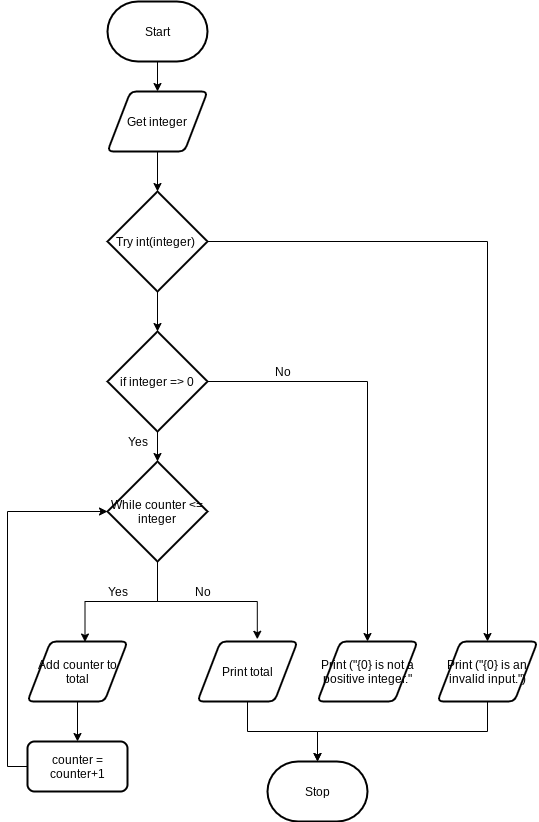
This is flowchart.png from Ethan-Gravelle/ICS3U-Unit4-02-Python-Do-While-Loop, a draw.io export, as it was before one commit. Source tidied: cells renumbered, new cells last; positions are measured from the earlier drawing's top-left corner, leaving out a move shared by most shapes. The source it was exported from:
```xml
<mxGraphModel>
  <root>
    <mxCell id="0" />
    <mxCell id="1" parent="0" />
    <mxCell id="2" style="edgeStyle=orthogonalEdgeStyle;rounded=0;jettySize=auto;html=1;exitX=0.5;exitY=1;exitDx=0;exitDy=0;exitPerimeter=0;entryX=0.5;entryY=0;entryDx=0;entryDy=0;" parent="1" edge="1" source="3" target="5">
      <mxGeometry relative="1" as="geometry" />
    </mxCell>
    <mxCell id="3" value="Start" style="strokeWidth=2;html=1;shape=mxgraph.flowchart.terminator;whiteSpace=wrap;" parent="1" vertex="1">
      <mxGeometry x="80" width="100" height="60" as="geometry" />
    </mxCell>
    <mxCell id="4" style="edgeStyle=orthogonalEdgeStyle;rounded=0;jettySize=auto;html=1;exitX=0.5;exitY=1;exitDx=0;exitDy=0;entryX=0.5;entryY=0;entryDx=0;entryDy=0;entryPerimeter=0;" parent="1" edge="1" source="5" target="8">
      <mxGeometry relative="1" as="geometry" />
    </mxCell>
    <mxCell id="5" value="Get integer" style="shape=parallelogram;html=1;strokeWidth=2;perimeter=parallelogramPerimeter;whiteSpace=wrap;rounded=1;arcSize=12;size=0.23;" parent="1" vertex="1">
      <mxGeometry x="80" y="90" width="100" height="60" as="geometry" />
    </mxCell>
    <mxCell id="6" style="edgeStyle=orthogonalEdgeStyle;rounded=0;jettySize=auto;html=1;exitX=1;exitY=0.5;exitDx=0;exitDy=0;exitPerimeter=0;" parent="1" edge="1" source="8" target="10">
      <mxGeometry relative="1" as="geometry" />
    </mxCell>
    <mxCell id="7" style="edgeStyle=orthogonalEdgeStyle;rounded=0;jettySize=auto;html=1;exitX=0.5;exitY=1;exitDx=0;exitDy=0;exitPerimeter=0;entryX=0.5;entryY=0;entryDx=0;entryDy=0;entryPerimeter=0;" parent="1" edge="1" source="8" target="24">
      <mxGeometry relative="1" as="geometry" />
    </mxCell>
    <mxCell id="8" value="Try int(integer)&amp;nbsp;" style="strokeWidth=2;html=1;shape=mxgraph.flowchart.decision;whiteSpace=wrap;" parent="1" vertex="1">
      <mxGeometry x="80" y="190" width="100" height="100" as="geometry" />
    </mxCell>
    <mxCell id="9" style="edgeStyle=orthogonalEdgeStyle;rounded=0;jettySize=auto;html=1;exitX=0.5;exitY=1;exitDx=0;exitDy=0;entryX=0.5;entryY=0;entryDx=0;entryDy=0;entryPerimeter=0;" parent="1" edge="1" source="10" target="21">
      <mxGeometry relative="1" as="geometry" />
    </mxCell>
    <mxCell id="10" value="Print (&quot;{0} is an invalid input.&quot;)" style="shape=parallelogram;html=1;strokeWidth=2;perimeter=parallelogramPerimeter;whiteSpace=wrap;rounded=1;arcSize=12;size=0.23;" parent="1" vertex="1">
      <mxGeometry x="410" y="640" width="100" height="60" as="geometry" />
    </mxCell>
    <mxCell id="11" style="edgeStyle=orthogonalEdgeStyle;rounded=0;jettySize=auto;html=1;exitX=0.5;exitY=1;exitDx=0;exitDy=0;exitPerimeter=0;entryX=0.575;entryY=0.009;entryDx=0;entryDy=0;entryPerimeter=0;" parent="1" edge="1" source="13" target="15">
      <mxGeometry relative="1" as="geometry" />
    </mxCell>
    <mxCell id="12" style="edgeStyle=orthogonalEdgeStyle;rounded=0;jettySize=auto;html=1;exitX=0.5;exitY=1;exitDx=0;exitDy=0;exitPerimeter=0;entryX=0.598;entryY=-0.037;entryDx=0;entryDy=0;entryPerimeter=0;" parent="1" edge="1" source="13" target="20">
      <mxGeometry relative="1" as="geometry" />
    </mxCell>
    <mxCell id="13" value="While counter &amp;lt;= integer" style="strokeWidth=2;html=1;shape=mxgraph.flowchart.decision;whiteSpace=wrap;" parent="1" vertex="1">
      <mxGeometry x="80" y="460" width="100" height="100" as="geometry" />
    </mxCell>
    <mxCell id="14" style="edgeStyle=orthogonalEdgeStyle;rounded=0;jettySize=auto;html=1;exitX=0.5;exitY=1;exitDx=0;exitDy=0;entryX=0.5;entryY=0;entryDx=0;entryDy=0;" parent="1" edge="1" source="15" target="17">
      <mxGeometry relative="1" as="geometry" />
    </mxCell>
    <mxCell id="15" value="Add counter to total" style="shape=parallelogram;html=1;strokeWidth=2;perimeter=parallelogramPerimeter;whiteSpace=wrap;rounded=1;arcSize=12;size=0.23;" parent="1" vertex="1">
      <mxGeometry y="640" width="100" height="60" as="geometry" />
    </mxCell>
    <mxCell id="16" style="edgeStyle=orthogonalEdgeStyle;rounded=0;jettySize=auto;html=1;exitX=0;exitY=0.5;exitDx=0;exitDy=0;entryX=0;entryY=0.5;entryDx=0;entryDy=0;entryPerimeter=0;" parent="1" edge="1" source="17" target="13">
      <mxGeometry relative="1" as="geometry" />
    </mxCell>
    <mxCell id="17" value="counter = counter+1" style="rounded=1;whiteSpace=wrap;html=1;absoluteArcSize=1;arcSize=14;strokeWidth=2;" parent="1" vertex="1">
      <mxGeometry y="740" width="100" height="50" as="geometry" />
    </mxCell>
    <mxCell id="18" value="Yes" style="text;html=1;align=center;verticalAlign=middle;strokeColor=none;" parent="1" vertex="1">
      <mxGeometry x="70" y="580" width="40" height="20" as="geometry" />
    </mxCell>
    <mxCell id="19" style="edgeStyle=orthogonalEdgeStyle;rounded=0;jettySize=auto;html=1;exitX=0.5;exitY=1;exitDx=0;exitDy=0;" parent="1" edge="1" source="20" target="21">
      <mxGeometry relative="1" as="geometry" />
    </mxCell>
    <mxCell id="20" value="Print total" style="shape=parallelogram;html=1;strokeWidth=2;perimeter=parallelogramPerimeter;whiteSpace=wrap;rounded=1;arcSize=12;size=0.23;" parent="1" vertex="1">
      <mxGeometry x="170" y="640" width="100" height="60" as="geometry" />
    </mxCell>
    <mxCell id="21" value="Stop" style="strokeWidth=2;html=1;shape=mxgraph.flowchart.terminator;whiteSpace=wrap;" parent="1" vertex="1">
      <mxGeometry x="240" y="760" width="100" height="60" as="geometry" />
    </mxCell>
    <mxCell id="22" style="edgeStyle=orthogonalEdgeStyle;rounded=0;jettySize=auto;html=1;exitX=0.5;exitY=1;exitDx=0;exitDy=0;exitPerimeter=0;entryX=0.5;entryY=0;entryDx=0;entryDy=0;entryPerimeter=0;" parent="1" edge="1" source="24" target="13">
      <mxGeometry relative="1" as="geometry" />
    </mxCell>
    <mxCell id="23" style="edgeStyle=orthogonalEdgeStyle;rounded=0;jettySize=auto;html=1;exitX=1;exitY=0.5;exitDx=0;exitDy=0;exitPerimeter=0;" parent="1" edge="1" source="24" target="26">
      <mxGeometry relative="1" as="geometry" />
    </mxCell>
    <mxCell id="24" value="if integer =&amp;gt; 0" style="strokeWidth=2;html=1;shape=mxgraph.flowchart.decision;whiteSpace=wrap;" parent="1" vertex="1">
      <mxGeometry x="80" y="330" width="100" height="100" as="geometry" />
    </mxCell>
    <mxCell id="25" value="No" style="text;html=1;align=center;verticalAlign=middle;strokeColor=none;" parent="1" vertex="1">
      <mxGeometry x="160" y="580" width="30" height="20" as="geometry" />
    </mxCell>
    <mxCell id="26" value="Print (&quot;{0} is not a positive integer.&quot;" style="shape=parallelogram;html=1;strokeWidth=2;perimeter=parallelogramPerimeter;whiteSpace=wrap;rounded=1;arcSize=12;size=0.23;" parent="1" vertex="1">
      <mxGeometry x="290" y="640" width="100" height="60" as="geometry" />
    </mxCell>
    <mxCell id="27" value="Yes" style="text;html=1;align=center;verticalAlign=middle;strokeColor=none;" parent="1" vertex="1">
      <mxGeometry x="90" y="430" width="40" height="20" as="geometry" />
    </mxCell>
    <mxCell id="28" value="No" style="text;html=1;align=center;verticalAlign=middle;strokeColor=none;" parent="1" vertex="1">
      <mxGeometry x="240" y="360" width="30" height="20" as="geometry" />
    </mxCell>
  </root>
</mxGraphModel>
```
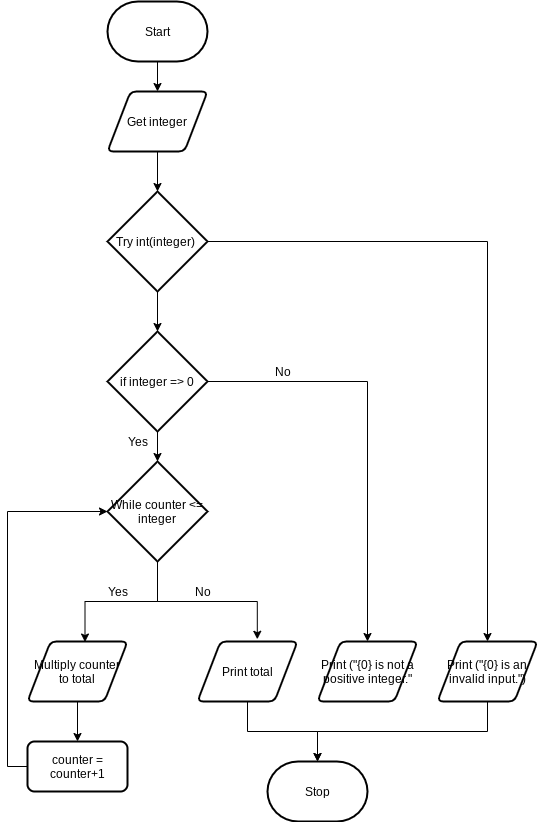
Later version of the same file.

What changed in the source:
```diff
@@ -41,7 +41,7 @@
     <mxCell id="14" style="edgeStyle=orthogonalEdgeStyle;rounded=0;jettySize=auto;html=1;exitX=0.5;exitY=1;exitDx=0;exitDy=0;entryX=0.5;entryY=0;entryDx=0;entryDy=0;" parent="1" edge="1" source="15" target="17">
       <mxGeometry relative="1" as="geometry" />
     </mxCell>
-    <mxCell id="15" value="Add counter to total" style="shape=parallelogram;html=1;strokeWidth=2;perimeter=parallelogramPerimeter;whiteSpace=wrap;rounded=1;arcSize=12;size=0.23;" parent="1" vertex="1">
+    <mxCell id="15" value="Multiply counter to total" style="shape=parallelogram;html=1;strokeWidth=2;perimeter=parallelogramPerimeter;whiteSpace=wrap;rounded=1;arcSize=12;size=0.23;" parent="1" vertex="1">
       <mxGeometry y="640" width="100" height="60" as="geometry" />
     </mxCell>
     <mxCell id="16" style="edgeStyle=orthogonalEdgeStyle;rounded=0;jettySize=auto;html=1;exitX=0;exitY=0.5;exitDx=0;exitDy=0;entryX=0;entryY=0.5;entryDx=0;entryDy=0;entryPerimeter=0;" parent="1" edge="1" source="17" target="13">
```
